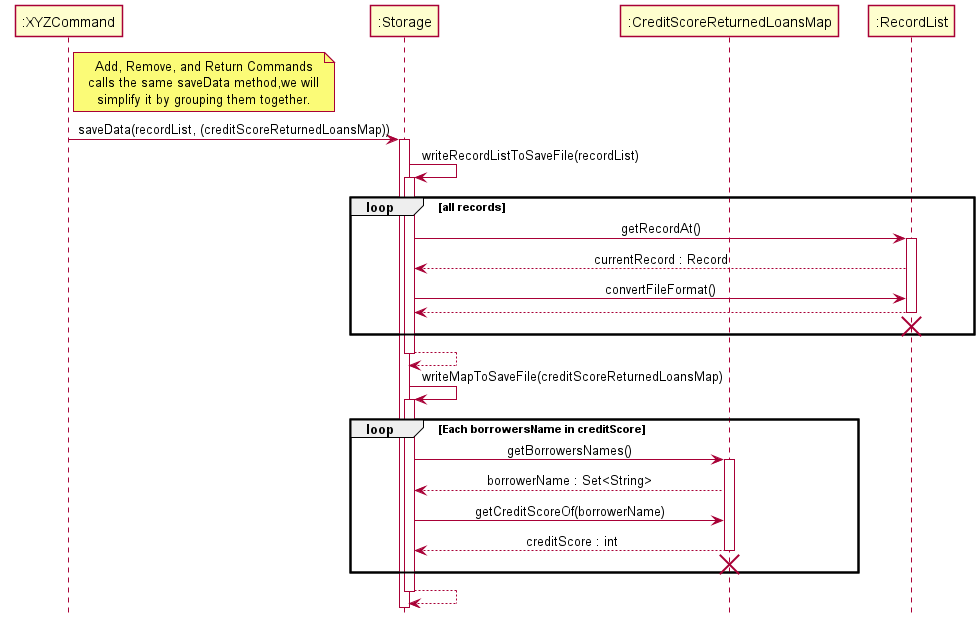
Earlier version of the PlantUML export docs/img/StorageSequenceDiagramSave.png (nus-cs2113-AY2021S2/tp).
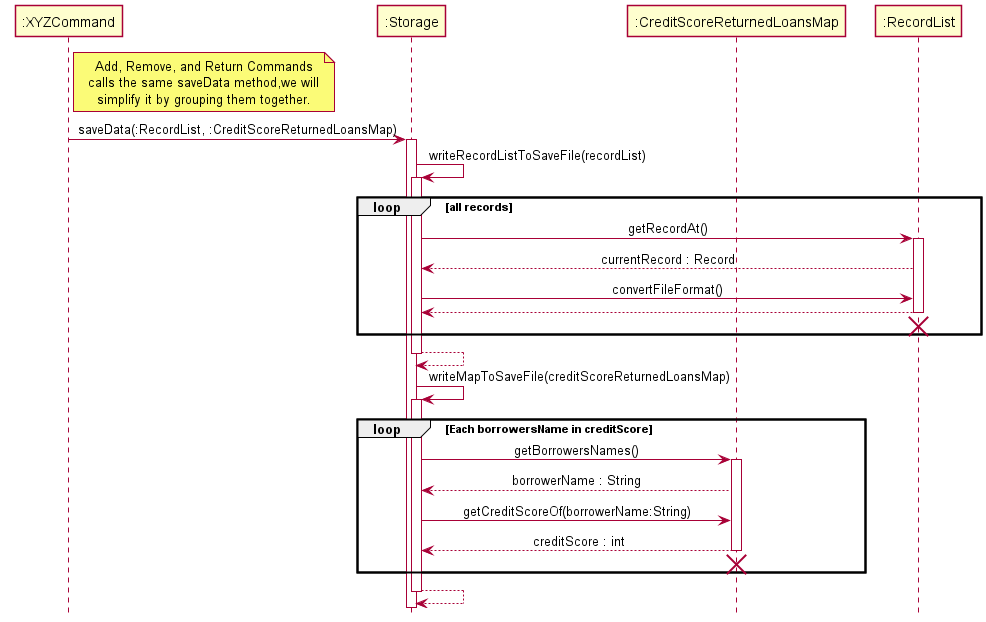
The same diagram one commit later.

Commit message:
More minor changes to UML diagram

Diff of the diagram source:
```diff
@@ -12,7 +12,7 @@
 simplify it by grouping them together.
 end note
 
-XYZCommand -> Storage : saveData(recordList, (creditScoreReturnedLoansMap))
+XYZCommand -> Storage : saveData(:RecordList, :CreditScoreReturnedLoansMap)
 activate Storage
 Storage -> Storage : writeRecordListToSaveFile(recordList)
 activate Storage
@@ -36,8 +36,8 @@
 Loop Each borrowersName in creditScore
 Storage -> CSRLM : getBorrowersNames()
 activate CSRLM
-CSRLM --> Storage : borrowerName : Set<String>
-Storage -> CSRLM : getCreditScoreOf(borrowerName)
+CSRLM --> Storage : borrowerName : String
+Storage -> CSRLM : getCreditScoreOf(borrowerName:String)
 CSRLM --> Storage : creditScore : int
 deactivate CSRLM
 CSRLM --[Hidden]> Storage
```
